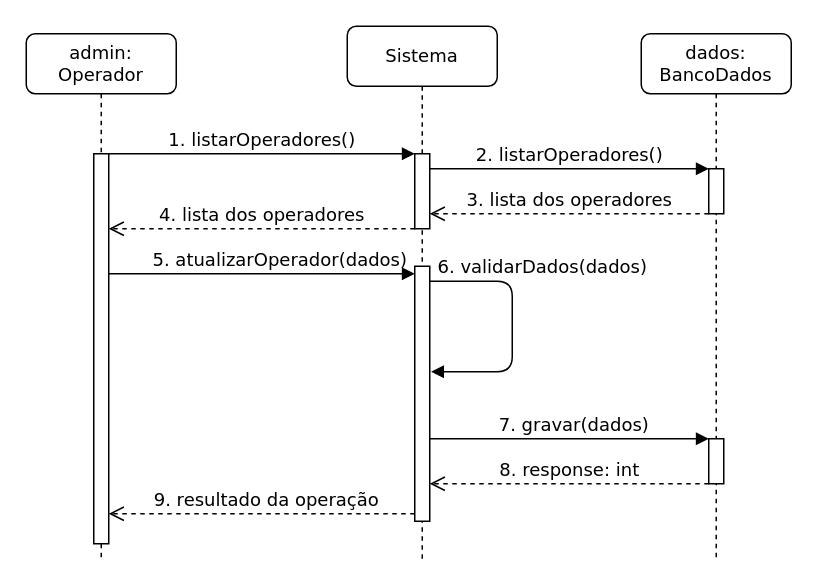
The draw.io diagram page "gerenciarPermissões" (4 of 6) of diagrama de sequencia do sistema.drawio in LuizGustavoNascimeto/draw.io, before the edit. Source tidied: cells renumbered, new cells numbered last; positions are measured from the earlier drawing's top-left corner, leaving out a move shared by most shapes. Both pictures are drawn from the tidied source at 150%, with x=0, y=0 at pixel (26, 26).
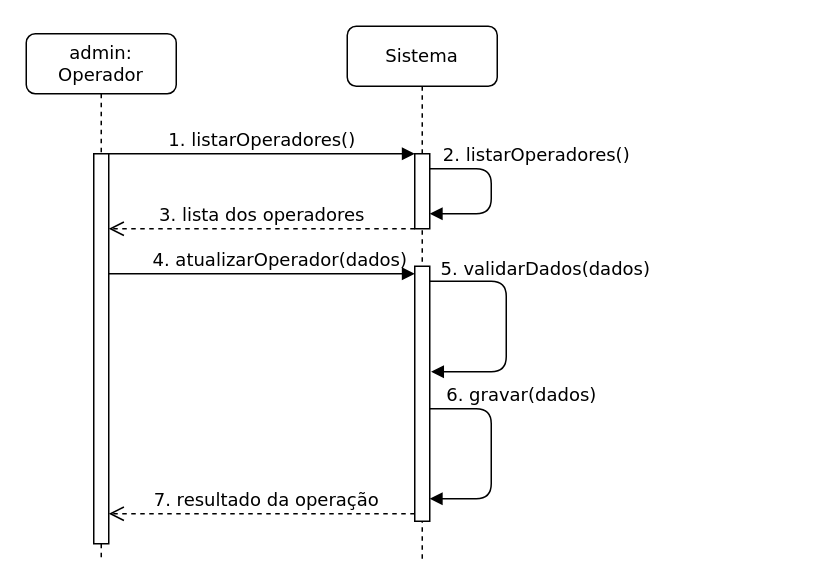
After the change.

The change refers to these unchanged cells:
```xml
<mxCell id="4" style="html=1;points=[];perimeter=orthogonalPerimeter;rounded=0;shadow=0;comic=0;labelBackgroundColor=none;strokeWidth=1;fontFamily=Verdana;fontSize=12;align=center;" parent="3" vertex="1">
  <mxGeometry x="45" y="80" width="10" height="260" as="geometry" />
</mxCell>
<mxCell id="6" value="Sistema" style="shape=umlLifeline;perimeter=lifelinePerimeter;whiteSpace=wrap;html=1;rounded=1;shadow=0;comic=0;labelBackgroundColor=none;strokeWidth=1;fontFamily=Verdana;fontSize=12;align=center;" parent="1" vertex="1">
  <mxGeometry x="214" width="100" height="355" as="geometry" />
</mxCell>
<mxCell id="7" style="html=1;points=[];perimeter=orthogonalPerimeter;rounded=0;shadow=0;comic=0;labelBackgroundColor=none;strokeWidth=1;fontFamily=Verdana;fontSize=12;align=center;" parent="6" vertex="1">
  <mxGeometry x="45" y="85" width="10" height="50" as="geometry" />
</mxCell>
<mxCell id="8" style="html=1;points=[];perimeter=orthogonalPerimeter;rounded=0;shadow=0;comic=0;labelBackgroundColor=none;strokeWidth=1;fontFamily=Verdana;fontSize=12;align=center;" parent="6" vertex="1">
  <mxGeometry x="45" y="160" width="10" height="170" as="geometry" />
</mxCell>
```

The edit, as a diff of the source:
```diff
@@
-    <mxCell id="2" value="5. atualizarOperador(dados)" style="html=1;verticalAlign=bottom;endArrow=block;labelBackgroundColor=none;fontFamily=Verdana;fontSize=12;edgeStyle=elbowEdgeStyle;elbow=vertical;" parent="1" edge="1" source="4" target="8">
+    <mxCell id="2" value="4. atualizarOperador(dados)" style="html=1;verticalAlign=bottom;endArrow=block;labelBackgroundColor=none;fontFamily=Verdana;fontSize=12;edgeStyle=elbowEdgeStyle;elbow=vertical;" parent="1" edge="1" source="4" target="8">
       <mxGeometry x="0.12" relative="1" as="geometry">
         <Array as="points">
           <mxPoint x="240" y="165" />
         </Array>
       </mxGeometry>
     </mxCell>
@@
-    <mxCell id="9" value="6. validarDados(dados)" style="html=1;verticalAlign=bottom;endArrow=block;labelBackgroundColor=none;fontFamily=Verdana;fontSize=12;edgeStyle=elbowEdgeStyle;elbow=horizontal;entryX=1.06;entryY=0.531;entryDx=0;entryDy=0;entryPerimeter=0;" parent="6" edge="1">
-      <mxGeometry x="-0.35" y="20" relative="1" as="geometry">
+    <mxCell id="9" value="5. validarDados(dados)" style="html=1;verticalAlign=bottom;endArrow=block;labelBackgroundColor=none;fontFamily=Verdana;fontSize=12;edgeStyle=elbowEdgeStyle;elbow=horizontal;entryX=1.06;entryY=0.531;entryDx=0;entryDy=0;entryPerimeter=0;" parent="6" edge="1">
+      <mxGeometry x="-0.35" y="26" relative="1" as="geometry">
         <mxPoint x="55" y="170" as="sourcePoint" />
         <mxPoint x="55.9" y="230.3" as="targetPoint" />
         <Array as="points">
-          <mxPoint x="110" y="170" />
+          <mxPoint x="106" y="205" />
         </Array>
       </mxGeometry>
     </mxCell>
-    <mxCell id="10" value="dados: BancoDados" style="shape=umlLifeline;perimeter=lifelinePerimeter;whiteSpace=wrap;html=1;rounded=1;shadow=0;comic=0;labelBackgroundColor=none;strokeWidth=1;fontFamily=Verdana;fontSize=12;align=center;" parent="1" vertex="1">
-      <mxGeometry x="410" y="5" width="100" height="350" as="geometry" />
-    </mxCell>
-    <mxCell id="11" style="html=1;points=[];perimeter=orthogonalPerimeter;rounded=0;shadow=0;comic=0;labelBackgroundColor=none;strokeWidth=1;fontFamily=Verdana;fontSize=12;align=center;" parent="10" vertex="1">
-      <mxGeometry x="45" y="90" width="10" height="30" as="geometry" />
-    </mxCell>
-    <mxCell id="12" style="html=1;points=[];perimeter=orthogonalPerimeter;rounded=0;shadow=0;comic=0;labelBackgroundColor=none;strokeWidth=1;fontFamily=Verdana;fontSize=12;align=center;" parent="10" vertex="1">
-      <mxGeometry x="45" y="270" width="10" height="30" as="geometry" />
-    </mxCell>
-    <mxCell id="13" value="&lt;div&gt;2. listarOperadores()&lt;br&gt;&lt;/div&gt;" style="html=1;verticalAlign=bottom;endArrow=block;labelBackgroundColor=none;fontFamily=Verdana;fontSize=12;edgeStyle=elbowEdgeStyle;elbow=vertical;" parent="1" edge="1" source="7" target="11">
-      <mxGeometry relative="1" as="geometry">
+    <mxCell id="13" value="&lt;div&gt;2. listarOperadores()&lt;br&gt;&lt;/div&gt;" style="html=1;verticalAlign=bottom;endArrow=block;labelBackgroundColor=none;fontFamily=Verdana;fontSize=12;edgeStyle=elbowEdgeStyle;elbow=vertical;" parent="6" edge="1" source="7" target="7">
+      <mxGeometry x="-0.27" y="30" relative="1" as="geometry">
         <Array as="points">
-          <mxPoint x="360" y="95" />
+          <mxPoint x="96" y="125" />
         </Array>
       </mxGeometry>
     </mxCell>
-    <mxCell id="14" value="3. lista dos operadores" style="html=1;verticalAlign=bottom;endArrow=open;dashed=1;endSize=8;labelBackgroundColor=none;fontFamily=Verdana;fontSize=12;edgeStyle=elbowEdgeStyle;elbow=vertical;" parent="1" edge="1" source="11" target="7">
-      <mxGeometry relative="1" as="geometry">
-        <Array as="points">
-          <mxPoint x="320" y="125" />
-        </Array>
-      </mxGeometry>
-    </mxCell>
+    <mxCell id="17" value="6. gravar(dados)" style="html=1;verticalAlign=bottom;endArrow=block;labelBackgroundColor=none;fontFamily=Verdana;fontSize=12;edgeStyle=orthogonalEdgeStyle;elbow=vertical;" parent="6" edge="1" target="8">
+      <mxGeometry x="-0.42" y="20" relative="1" as="geometry">
+        <mxPoint x="55" y="255" as="sourcePoint" />
+        <Array as="points">
+          <mxPoint x="96" y="255" />
+          <mxPoint x="96" y="315" />
+        </Array>
+      </mxGeometry>
+    </mxCell>
-    <mxCell id="15" value="4. lista dos operadores" style="html=1;verticalAlign=bottom;endArrow=open;dashed=1;endSize=8;labelBackgroundColor=none;fontFamily=Verdana;fontSize=12;edgeStyle=elbowEdgeStyle;elbow=vertical;" parent="1" edge="1" source="7" target="4">
+    <mxCell id="15" value="3. lista dos operadores" style="html=1;verticalAlign=bottom;endArrow=open;dashed=1;endSize=8;labelBackgroundColor=none;fontFamily=Verdana;fontSize=12;edgeStyle=elbowEdgeStyle;elbow=vertical;" parent="1" edge="1" source="7" target="4">
       <mxGeometry relative="1" as="geometry">
         <Array as="points">
           <mxPoint x="110" y="135" />
         </Array>
       </mxGeometry>
     </mxCell>
-    <mxCell id="16" value="8. response: int" style="html=1;verticalAlign=bottom;endArrow=open;dashed=1;endSize=8;labelBackgroundColor=none;fontFamily=Verdana;fontSize=12;edgeStyle=elbowEdgeStyle;elbow=vertical;" parent="1" edge="1" source="12" target="8">
-      <mxGeometry relative="1" as="geometry">
-        <Array as="points">
-          <mxPoint x="380" y="305" />
-        </Array>
-      </mxGeometry>
-    </mxCell>
-    <mxCell id="17" value="7. gravar(dados)" style="html=1;verticalAlign=bottom;endArrow=block;labelBackgroundColor=none;fontFamily=Verdana;fontSize=12;edgeStyle=elbowEdgeStyle;elbow=vertical;" parent="1" edge="1" source="8" target="12">
-      <mxGeometry x="0.03" relative="1" as="geometry">
-        <Array as="points">
-          <mxPoint x="300" y="275" />
-        </Array>
-      </mxGeometry>
-    </mxCell>
-    <mxCell id="18" value="9. resultado da operação" style="html=1;verticalAlign=bottom;endArrow=open;dashed=1;endSize=8;labelBackgroundColor=none;fontFamily=Verdana;fontSize=12;edgeStyle=elbowEdgeStyle;elbow=vertical;" parent="1" edge="1" source="8" target="4">
+    <mxCell id="18" value="7. resultado da operação" style="html=1;verticalAlign=bottom;endArrow=open;dashed=1;endSize=8;labelBackgroundColor=none;fontFamily=Verdana;fontSize=12;edgeStyle=elbowEdgeStyle;elbow=vertical;" parent="1" edge="1" source="8" target="4">
       <mxGeometry x="-0.03" relative="1" as="geometry">
         <Array as="points">
           <mxPoint x="160" y="325" />
         </Array>
       </mxGeometry>
     </mxCell>
```
